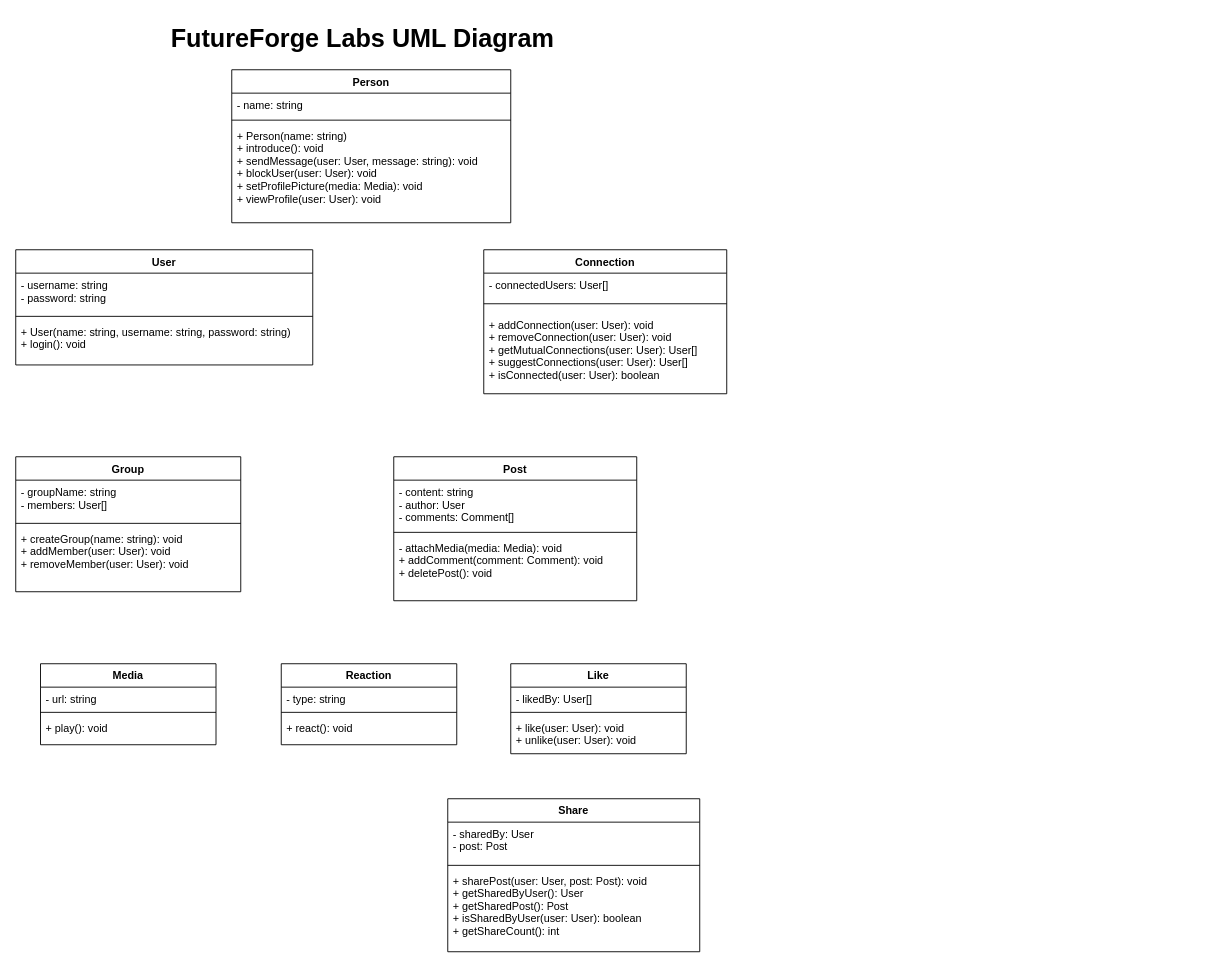
Above: docs/futureforge/futureforgeuml.drawio in BlazerLabs/CSC-3105-22-23-Project-Repo (draw.io), before the change. Source tidied: cells renumbered, new cells numbered last; positions are measured from the earlier drawing's top-left corner, leaving out a move shared by most shapes. Both pictures are drawn from the tidied source at 90%, with x=0, y=0 at pixel (15, 15).
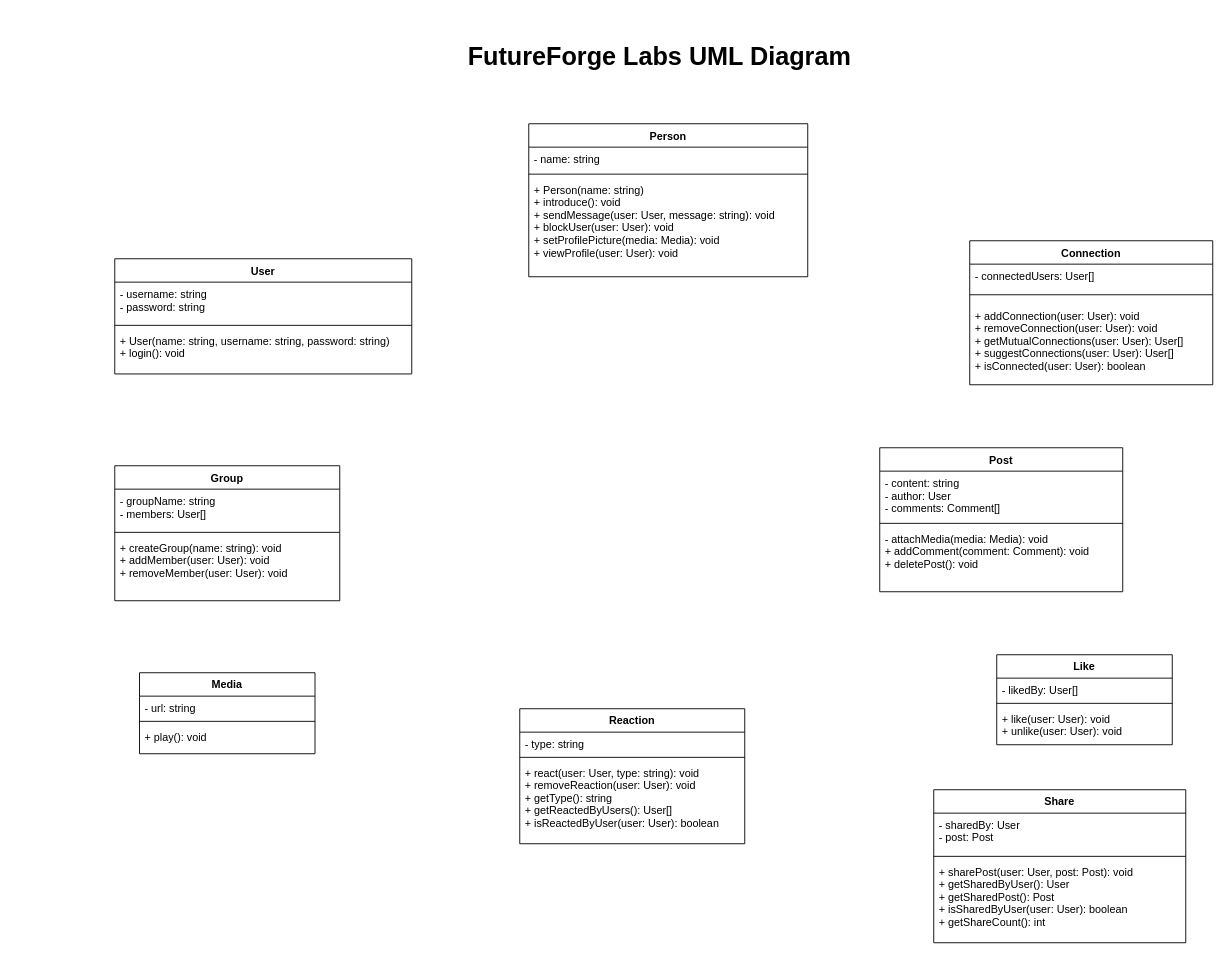
Above is the later version.

Commit message:
Updated the Reaction UML

What changed in the source:
```diff
@@
     <mxCell id="2" value="Person" style="swimlane;fontStyle=1;align=center;verticalAlign=top;horizontal=1;startSize=26;" parent="1" vertex="1">
-      <mxGeometry x="240" y="60" width="310" height="170" as="geometry" />
+      <mxGeometry x="570" y="120" width="310" height="170" as="geometry" />
     </mxCell>
@@
     <mxCell id="6" value="&lt;font size=&quot;1&quot; style=&quot;&quot;&gt;&lt;b style=&quot;font-size: 28px;&quot;&gt;FutureForge Labs UML Diagram&lt;/b&gt;&lt;/font&gt;" style="text;html=1;align=center;verticalAlign=middle;strokeColor=none;fillColor=none;" parent="1" vertex="1">
-      <mxGeometry x="160" width="450" height="50" as="geometry" />
+      <mxGeometry x="490" y="20" width="450" height="50" as="geometry" />
     </mxCell>
     <mxCell id="7" value="Connection" style="swimlane;fontStyle=1;align=center;verticalAlign=top;horizontal=1;startSize=26;" parent="1" vertex="1">
-      <mxGeometry x="520" y="260" width="270" height="160" as="geometry" />
+      <mxGeometry x="1060" y="250" width="270" height="160" as="geometry" />
     </mxCell>
@@
     <mxCell id="11" value="Media" style="swimlane;fontStyle=1;align=center;verticalAlign=top;horizontal=1;startSize=26;" parent="1" vertex="1">
-      <mxGeometry x="27.5" y="720" width="195" height="90" as="geometry" />
+      <mxGeometry x="137.5" y="730" width="195" height="90" as="geometry" />
     </mxCell>
@@
     <mxCell id="15" value="Share" style="swimlane;fontStyle=1;align=center;verticalAlign=top;horizontal=1;startSize=26;" parent="1" vertex="1">
-      <mxGeometry x="480" y="870" width="280" height="170" as="geometry" />
+      <mxGeometry x="1020" y="860" width="280" height="170" as="geometry" />
     </mxCell>
@@
     <mxCell id="19" value="Group" style="swimlane;fontStyle=1;align=center;verticalAlign=top;horizontal=1;startSize=26;" parent="1" vertex="1">
-      <mxGeometry y="490" width="250" height="150" as="geometry" />
+      <mxGeometry x="110" y="500" width="250" height="150" as="geometry" />
     </mxCell>
@@
     <mxCell id="23" value="Post" style="swimlane;fontStyle=1;align=center;verticalAlign=top;horizontal=1;startSize=26;" parent="1" vertex="1">
-      <mxGeometry x="420" y="490" width="270" height="160" as="geometry" />
+      <mxGeometry x="960" y="480" width="270" height="160" as="geometry" />
     </mxCell>
@@
     <mxCell id="27" value="User" style="swimlane;fontStyle=1;align=center;verticalAlign=top;horizontal=1;startSize=26;" parent="1" vertex="1">
-      <mxGeometry y="260" width="330" height="128" as="geometry" />
+      <mxGeometry x="110" y="270" width="330" height="128" as="geometry" />
     </mxCell>
@@
     <mxCell id="31" value="Like&#10;" style="swimlane;fontStyle=1;align=center;verticalAlign=top;horizontal=1;startSize=26;" parent="1" vertex="1">
-      <mxGeometry x="550" y="720" width="195" height="100" as="geometry" />
+      <mxGeometry x="1090" y="710" width="195" height="100" as="geometry" />
     </mxCell>
@@
     <mxCell id="35" value="Reaction" style="swimlane;fontStyle=1;align=center;verticalAlign=top;horizontal=1;startSize=26;" parent="1" vertex="1">
-      <mxGeometry x="295" y="720" width="195" height="90" as="geometry" />
+      <mxGeometry x="560" y="770" width="250" height="150" as="geometry" />
     </mxCell>
     <mxCell id="36" value="- type: string" style="text;strokeColor=none;fillColor=none;align=left;verticalAlign=top;spacingLeft=4;spacingRight=4;overflow=hidden;" parent="35" vertex="1">
-      <mxGeometry y="26" width="195" height="24" as="geometry" />
+      <mxGeometry y="26" width="250" height="24" as="geometry" />
     </mxCell>
     <mxCell id="37" style="line;strokeWidth=1;fillColor=none;align=left;verticalAlign=middle;spacingTop=-1;spacingLeft=3;spacingRight=3;labelPosition=right;strokeColor=inherit;" parent="35" vertex="1">
-      <mxGeometry y="50" width="195" height="8" as="geometry" />
+      <mxGeometry y="50" width="250" height="8" as="geometry" />
     </mxCell>
-    <mxCell id="38" value="+ react(): void" style="text;strokeColor=none;fillColor=none;align=left;verticalAlign=top;spacingLeft=4;spacingRight=4;overflow=hidden;" parent="35" vertex="1">
-      <mxGeometry y="58" width="195" height="32" as="geometry" />
+    <mxCell id="38" value="+ react(user: User, type: string): void               &#10; + removeReaction(user: User): void                    &#10; + getType(): string                                   &#10; + getReactedByUsers(): User[]                         &#10; + isReactedByUser(user: User): boolean" style="text;strokeColor=none;fillColor=none;align=left;verticalAlign=top;spacingLeft=4;spacingRight=4;overflow=hidden;" parent="35" vertex="1">
+      <mxGeometry y="58" width="250" height="92" as="geometry" />
     </mxCell>
```
